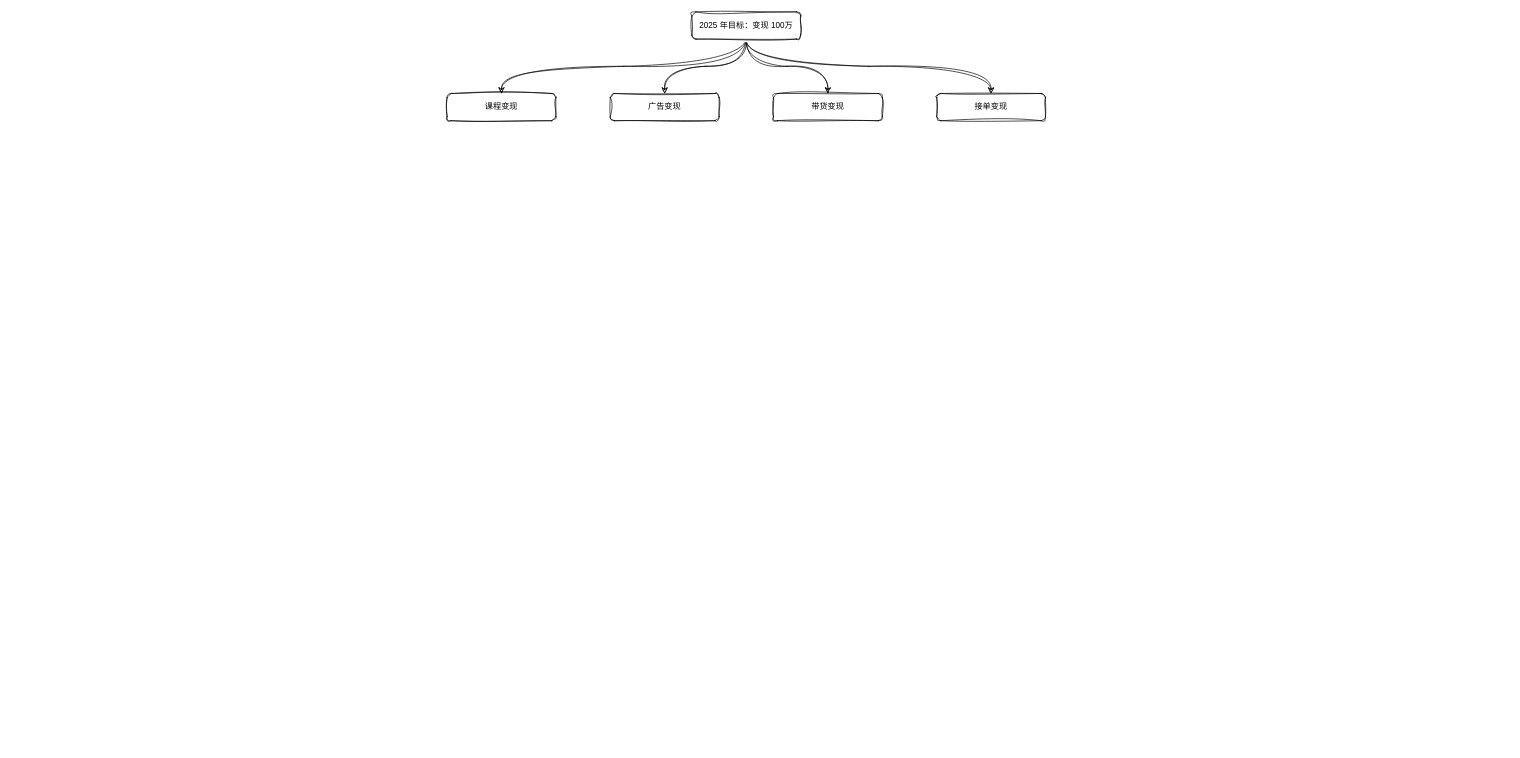
Earlier version of the draw.io diagram 2025 年目标管理.drawio (youyusan/life_system). Source tidied: cells renumbered, new cells numbered last; positions are measured from the earlier drawing's top-left corner, leaving out a move shared by most shapes. Both pictures are drawn from the tidied source at 68%, with x=0, y=0 at pixel (447, 12).
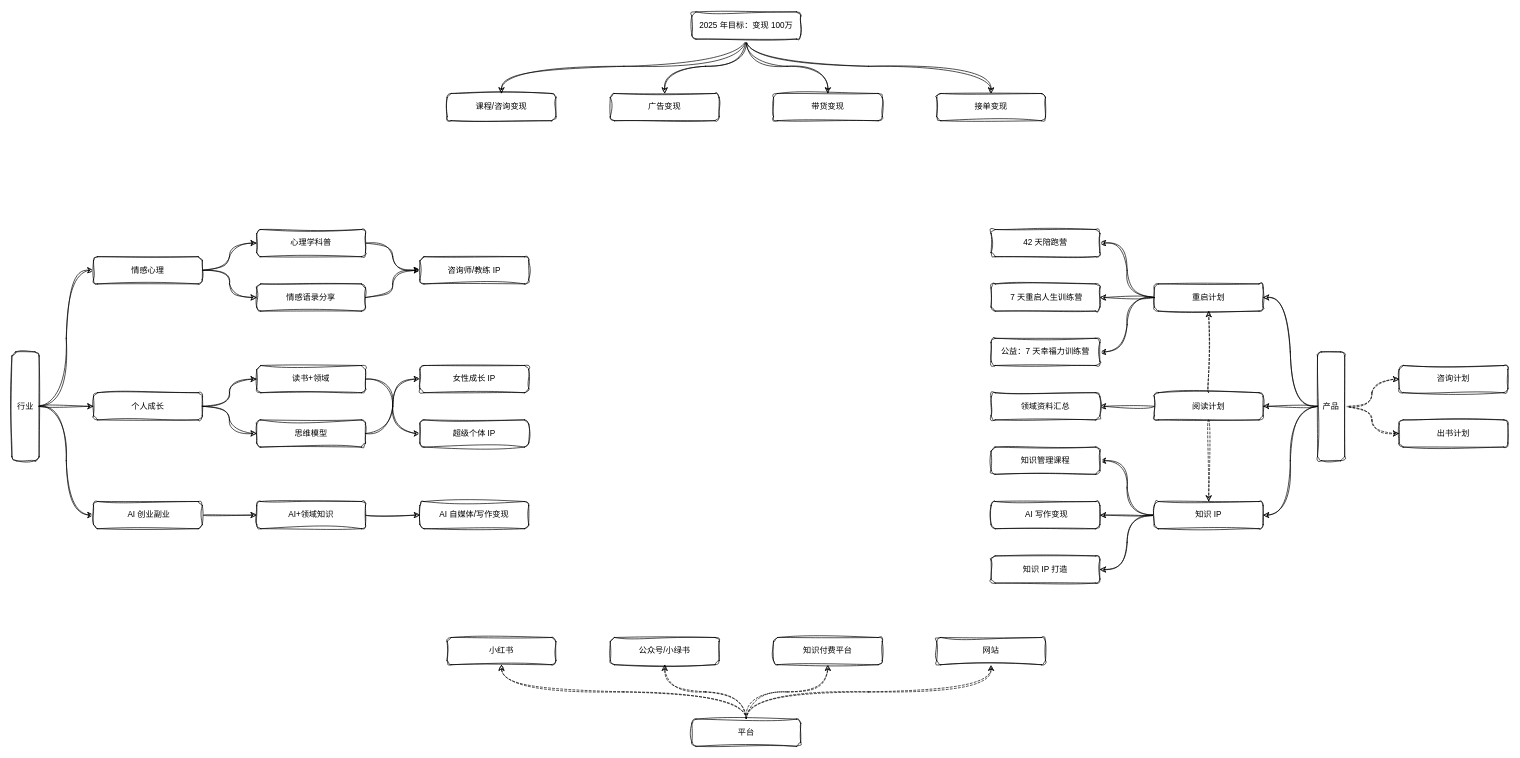
After the change.

Commit message (it also covers changes not shown here):
更新2025 年目标管理.drawio

The edit, as a diff of the source:
```diff
@@
-    <mxCell id="7" value="课程变现" style="rounded=1;whiteSpace=wrap;html=1;sketch=1;curveFitting=1;jiggle=2;" parent="1" vertex="1">
+    <mxCell id="7" value="课程/咨询变现" style="rounded=1;whiteSpace=wrap;html=1;sketch=1;curveFitting=1;jiggle=2;" parent="1" vertex="1">
       <mxGeometry y="120" width="160" height="40" as="geometry" />
     </mxCell>
@@
+    <mxCell id="11" style="edgeStyle=orthogonalEdgeStyle;shape=connector;curved=1;rounded=0;sketch=1;hachureGap=4;jiggle=2;curveFitting=1;jettySize=auto;html=1;entryX=0;entryY=0.5;entryDx=0;entryDy=0;strokeColor=default;align=center;verticalAlign=middle;fontFamily=Architects Daughter;fontSize=11;fontColor=default;labelBackgroundColor=default;endArrow=classic;" parent="1" edge="1" source="14" target="17">
+      <mxGeometry relative="1" as="geometry" />
+    </mxCell>
+    <mxCell id="12" style="edgeStyle=orthogonalEdgeStyle;shape=connector;curved=1;rounded=0;sketch=1;hachureGap=4;jiggle=2;curveFitting=1;jettySize=auto;html=1;strokeColor=default;align=center;verticalAlign=middle;fontFamily=Architects Daughter;fontSize=11;fontColor=default;labelBackgroundColor=default;endArrow=classic;" parent="1" edge="1" source="14" target="20">
+      <mxGeometry relative="1" as="geometry" />
+    </mxCell>
+    <mxCell id="13" style="edgeStyle=orthogonalEdgeStyle;shape=connector;curved=1;rounded=0;sketch=1;hachureGap=4;jiggle=2;curveFitting=1;jettySize=auto;html=1;entryX=0;entryY=0.5;entryDx=0;entryDy=0;strokeColor=default;align=center;verticalAlign=middle;fontFamily=Architects Daughter;fontSize=11;fontColor=default;labelBackgroundColor=default;endArrow=classic;" parent="1" edge="1" source="14" target="22">
+      <mxGeometry relative="1" as="geometry" />
+    </mxCell>
+    <mxCell id="14" value="行业" style="rounded=1;whiteSpace=wrap;html=1;sketch=1;curveFitting=1;jiggle=2;" parent="1" vertex="1">
+      <mxGeometry x="-640" y="500" width="40" height="160" as="geometry" />
+    </mxCell>
+    <mxCell id="15" style="edgeStyle=orthogonalEdgeStyle;shape=connector;curved=1;rounded=0;sketch=1;hachureGap=4;jiggle=2;curveFitting=1;jettySize=auto;html=1;strokeColor=default;align=center;verticalAlign=middle;fontFamily=Architects Daughter;fontSize=11;fontColor=default;labelBackgroundColor=default;endArrow=classic;" parent="1" edge="1" source="17" target="24">
+      <mxGeometry relative="1" as="geometry" />
+    </mxCell>
+    <mxCell id="16" style="edgeStyle=orthogonalEdgeStyle;shape=connector;curved=1;rounded=0;sketch=1;hachureGap=4;jiggle=2;curveFitting=1;jettySize=auto;html=1;entryX=0;entryY=0.5;entryDx=0;entryDy=0;strokeColor=default;align=center;verticalAlign=middle;fontFamily=Architects Daughter;fontSize=11;fontColor=default;labelBackgroundColor=default;endArrow=classic;" parent="1" edge="1" source="17" target="26">
+      <mxGeometry relative="1" as="geometry" />
+    </mxCell>
+    <mxCell id="17" value="情感心理" style="rounded=1;whiteSpace=wrap;html=1;sketch=1;curveFitting=1;jiggle=2;" parent="1" vertex="1">
+      <mxGeometry x="-520" y="360" width="160" height="40" as="geometry" />
+    </mxCell>
+    <mxCell id="18" style="edgeStyle=orthogonalEdgeStyle;shape=connector;curved=1;rounded=0;sketch=1;hachureGap=4;jiggle=2;curveFitting=1;jettySize=auto;html=1;strokeColor=default;align=center;verticalAlign=middle;fontFamily=Architects Daughter;fontSize=11;fontColor=default;labelBackgroundColor=default;endArrow=classic;" parent="1" edge="1" source="20" target="29">
+      <mxGeometry relative="1" as="geometry" />
+    </mxCell>
+    <mxCell id="19" style="edgeStyle=orthogonalEdgeStyle;shape=connector;curved=1;rounded=0;sketch=1;hachureGap=4;jiggle=2;curveFitting=1;jettySize=auto;html=1;entryX=0;entryY=0.5;entryDx=0;entryDy=0;strokeColor=default;align=center;verticalAlign=middle;fontFamily=Architects Daughter;fontSize=11;fontColor=default;labelBackgroundColor=default;endArrow=classic;" parent="1" edge="1" source="20" target="31">
+      <mxGeometry relative="1" as="geometry" />
+    </mxCell>
+    <mxCell id="20" value="个人成长" style="rounded=1;whiteSpace=wrap;html=1;sketch=1;curveFitting=1;jiggle=2;" parent="1" vertex="1">
+      <mxGeometry x="-520" y="560" width="160" height="40" as="geometry" />
+    </mxCell>
+    <mxCell id="21" style="edgeStyle=orthogonalEdgeStyle;shape=connector;curved=1;rounded=0;sketch=1;hachureGap=4;jiggle=2;curveFitting=1;jettySize=auto;html=1;strokeColor=default;align=center;verticalAlign=middle;fontFamily=Architects Daughter;fontSize=11;fontColor=default;labelBackgroundColor=default;endArrow=classic;" parent="1" edge="1" source="22" target="35">
+      <mxGeometry relative="1" as="geometry" />
+    </mxCell>
+    <mxCell id="22" value="&amp;nbsp;AI 创业副业" style="rounded=1;whiteSpace=wrap;html=1;sketch=1;curveFitting=1;jiggle=2;" parent="1" vertex="1">
+      <mxGeometry x="-520" y="720" width="160" height="40" as="geometry" />
+    </mxCell>
+    <mxCell id="23" style="edgeStyle=orthogonalEdgeStyle;shape=connector;curved=1;rounded=0;sketch=1;hachureGap=4;jiggle=2;curveFitting=1;jettySize=auto;html=1;entryX=0;entryY=0.5;entryDx=0;entryDy=0;strokeColor=default;align=center;verticalAlign=middle;fontFamily=Architects Daughter;fontSize=11;fontColor=default;labelBackgroundColor=default;endArrow=classic;" parent="1" edge="1" source="24" target="27">
+      <mxGeometry relative="1" as="geometry" />
+    </mxCell>
+    <mxCell id="24" value="心理学科普" style="rounded=1;whiteSpace=wrap;html=1;sketch=1;curveFitting=1;jiggle=2;" parent="1" vertex="1">
+      <mxGeometry x="-280" y="320" width="160" height="40" as="geometry" />
+    </mxCell>
+    <mxCell id="25" style="edgeStyle=orthogonalEdgeStyle;shape=connector;curved=1;rounded=0;sketch=1;hachureGap=4;jiggle=2;curveFitting=1;jettySize=auto;html=1;entryX=0;entryY=0.5;entryDx=0;entryDy=0;strokeColor=default;align=center;verticalAlign=middle;fontFamily=Architects Daughter;fontSize=11;fontColor=default;labelBackgroundColor=default;endArrow=classic;" parent="1" edge="1" source="26" target="27">
+      <mxGeometry relative="1" as="geometry" />
+    </mxCell>
+    <mxCell id="26" value="情感语录分享" style="rounded=1;whiteSpace=wrap;html=1;sketch=1;curveFitting=1;jiggle=2;" parent="1" vertex="1">
+      <mxGeometry x="-280" y="400" width="160" height="40" as="geometry" />
+    </mxCell>
+    <mxCell id="27" value="咨询师/教练 IP" style="rounded=1;whiteSpace=wrap;html=1;sketch=1;curveFitting=1;jiggle=2;" parent="1" vertex="1">
+      <mxGeometry x="-40" y="360" width="160" height="40" as="geometry" />
+    </mxCell>
+    <mxCell id="28" style="edgeStyle=orthogonalEdgeStyle;shape=connector;curved=1;rounded=0;sketch=1;hachureGap=4;jiggle=2;curveFitting=1;jettySize=auto;html=1;entryX=0;entryY=0.5;entryDx=0;entryDy=0;strokeColor=default;align=center;verticalAlign=middle;fontFamily=Architects Daughter;fontSize=11;fontColor=default;labelBackgroundColor=default;endArrow=classic;" parent="1" edge="1" source="29" target="33">
+      <mxGeometry relative="1" as="geometry" />
+    </mxCell>
+    <mxCell id="29" value="读书+领域" style="rounded=1;whiteSpace=wrap;html=1;sketch=1;curveFitting=1;jiggle=2;" parent="1" vertex="1">
+      <mxGeometry x="-280" y="520" width="160" height="40" as="geometry" />
+    </mxCell>
+    <mxCell id="30" style="edgeStyle=orthogonalEdgeStyle;shape=connector;curved=1;rounded=0;sketch=1;hachureGap=4;jiggle=2;curveFitting=1;jettySize=auto;html=1;entryX=0;entryY=0.5;entryDx=0;entryDy=0;strokeColor=default;align=center;verticalAlign=middle;fontFamily=Architects Daughter;fontSize=11;fontColor=default;labelBackgroundColor=default;endArrow=classic;" parent="1" edge="1" source="31" target="32">
+      <mxGeometry relative="1" as="geometry" />
+    </mxCell>
+    <mxCell id="31" value="思维模型" style="rounded=1;whiteSpace=wrap;html=1;sketch=1;curveFitting=1;jiggle=2;" parent="1" vertex="1">
+      <mxGeometry x="-280" y="600" width="160" height="40" as="geometry" />
+    </mxCell>
+    <mxCell id="32" value="女性成长 IP" style="rounded=1;whiteSpace=wrap;html=1;sketch=1;curveFitting=1;jiggle=2;" parent="1" vertex="1">
+      <mxGeometry x="-40" y="520" width="160" height="40" as="geometry" />
+    </mxCell>
+    <mxCell id="33" value="超级个体 IP" style="rounded=1;whiteSpace=wrap;html=1;sketch=1;curveFitting=1;jiggle=2;" parent="1" vertex="1">
+      <mxGeometry x="-40" y="600" width="160" height="40" as="geometry" />
+    </mxCell>
+    <mxCell id="34" style="edgeStyle=orthogonalEdgeStyle;shape=connector;curved=1;rounded=0;sketch=1;hachureGap=4;jiggle=2;curveFitting=1;jettySize=auto;html=1;strokeColor=default;align=center;verticalAlign=middle;fontFamily=Architects Daughter;fontSize=11;fontColor=default;labelBackgroundColor=default;endArrow=classic;" parent="1" edge="1" source="35" target="36">
+      <mxGeometry relative="1" as="geometry" />
+    </mxCell>
+    <mxCell id="35" value="AI+领域知识" style="rounded=1;whiteSpace=wrap;html=1;sketch=1;curveFitting=1;jiggle=2;" parent="1" vertex="1">
+      <mxGeometry x="-280" y="720" width="160" height="40" as="geometry" />
+    </mxCell>
+    <mxCell id="36" value="AI 自媒体/写作变现" style="rounded=1;whiteSpace=wrap;html=1;sketch=1;curveFitting=1;jiggle=2;" parent="1" vertex="1">
+      <mxGeometry x="-40" y="720" width="160" height="40" as="geometry" />
+    </mxCell>
+    <mxCell id="37" style="edgeStyle=orthogonalEdgeStyle;shape=connector;curved=1;rounded=0;sketch=1;hachureGap=4;jiggle=2;curveFitting=1;jettySize=auto;html=1;entryX=1;entryY=0.5;entryDx=0;entryDy=0;strokeColor=default;align=center;verticalAlign=middle;fontFamily=Architects Daughter;fontSize=11;fontColor=default;labelBackgroundColor=default;endArrow=classic;" parent="1" edge="1" source="42" target="46">
+      <mxGeometry relative="1" as="geometry" />
+    </mxCell>
+    <mxCell id="38" style="edgeStyle=orthogonalEdgeStyle;shape=connector;curved=1;rounded=0;sketch=1;hachureGap=4;jiggle=2;curveFitting=1;jettySize=auto;html=1;strokeColor=default;align=center;verticalAlign=middle;fontFamily=Architects Daughter;fontSize=11;fontColor=default;labelBackgroundColor=default;endArrow=classic;" parent="1" edge="1" source="42" target="50">
+      <mxGeometry relative="1" as="geometry" />
+    </mxCell>
+    <mxCell id="39" style="edgeStyle=orthogonalEdgeStyle;shape=connector;curved=1;rounded=0;sketch=1;hachureGap=4;jiggle=2;curveFitting=1;jettySize=auto;html=1;entryX=1;entryY=0.5;entryDx=0;entryDy=0;strokeColor=default;align=center;verticalAlign=middle;fontFamily=Architects Daughter;fontSize=11;fontColor=default;labelBackgroundColor=default;endArrow=classic;" parent="1" edge="1" source="42" target="54">
+      <mxGeometry relative="1" as="geometry" />
+    </mxCell>
+    <mxCell id="40" style="edgeStyle=orthogonalEdgeStyle;shape=connector;curved=1;rounded=0;sketch=1;hachureGap=4;jiggle=2;curveFitting=1;jettySize=auto;html=1;dashed=1;strokeColor=default;align=center;verticalAlign=middle;fontFamily=Architects Daughter;fontSize=11;fontColor=default;labelBackgroundColor=default;endArrow=classic;" parent="1" edge="1" source="42" target="71">
+      <mxGeometry relative="1" as="geometry" />
+    </mxCell>
+    <mxCell id="41" style="edgeStyle=orthogonalEdgeStyle;shape=connector;curved=1;rounded=0;sketch=1;hachureGap=4;jiggle=2;curveFitting=1;jettySize=auto;html=1;entryX=0;entryY=0.5;entryDx=0;entryDy=0;dashed=1;strokeColor=default;align=center;verticalAlign=middle;fontFamily=Architects Daughter;fontSize=11;fontColor=default;labelBackgroundColor=default;endArrow=classic;" parent="1" edge="1" source="42" target="72">
+      <mxGeometry relative="1" as="geometry" />
+    </mxCell>
+    <mxCell id="42" value="产品" style="rounded=1;whiteSpace=wrap;html=1;sketch=1;curveFitting=1;jiggle=2;" parent="1" vertex="1">
+      <mxGeometry x="1280" y="500" width="40" height="160" as="geometry" />
+    </mxCell>
+    <mxCell id="43" style="edgeStyle=orthogonalEdgeStyle;shape=connector;curved=1;rounded=0;sketch=1;hachureGap=4;jiggle=2;curveFitting=1;jettySize=auto;html=1;entryX=1;entryY=0.5;entryDx=0;entryDy=0;strokeColor=default;align=center;verticalAlign=middle;fontFamily=Architects Daughter;fontSize=11;fontColor=default;labelBackgroundColor=default;endArrow=classic;" parent="1" edge="1" source="46" target="55">
+      <mxGeometry relative="1" as="geometry" />
+    </mxCell>
+    <mxCell id="44" style="edgeStyle=orthogonalEdgeStyle;shape=connector;curved=1;rounded=0;sketch=1;hachureGap=4;jiggle=2;curveFitting=1;jettySize=auto;html=1;strokeColor=default;align=center;verticalAlign=middle;fontFamily=Architects Daughter;fontSize=11;fontColor=default;labelBackgroundColor=default;endArrow=classic;" parent="1" edge="1" source="46" target="57">
+      <mxGeometry relative="1" as="geometry" />
+    </mxCell>
+    <mxCell id="45" style="edgeStyle=orthogonalEdgeStyle;shape=connector;curved=1;rounded=0;sketch=1;hachureGap=4;jiggle=2;curveFitting=1;jettySize=auto;html=1;entryX=1;entryY=0.5;entryDx=0;entryDy=0;strokeColor=default;align=center;verticalAlign=middle;fontFamily=Architects Daughter;fontSize=11;fontColor=default;labelBackgroundColor=default;endArrow=classic;" parent="1" edge="1" source="46" target="56">
+      <mxGeometry relative="1" as="geometry" />
+    </mxCell>
+    <mxCell id="46" value="重启计划" style="rounded=1;whiteSpace=wrap;html=1;sketch=1;curveFitting=1;jiggle=2;" parent="1" vertex="1">
+      <mxGeometry x="1040" y="400" width="160" height="40" as="geometry" />
+    </mxCell>
+    <mxCell id="47" style="edgeStyle=orthogonalEdgeStyle;shape=connector;curved=1;rounded=0;sketch=1;hachureGap=4;jiggle=2;curveFitting=1;jettySize=auto;html=1;strokeColor=default;align=center;verticalAlign=middle;fontFamily=Architects Daughter;fontSize=11;fontColor=default;labelBackgroundColor=default;endArrow=classic;" parent="1" edge="1" source="50" target="58">
+      <mxGeometry relative="1" as="geometry" />
+    </mxCell>
+    <mxCell id="48" style="edgeStyle=orthogonalEdgeStyle;shape=connector;curved=1;rounded=0;sketch=1;hachureGap=4;jiggle=2;curveFitting=1;jettySize=auto;html=1;entryX=0.5;entryY=1;entryDx=0;entryDy=0;dashed=1;strokeColor=default;align=center;verticalAlign=middle;fontFamily=Architects Daughter;fontSize=11;fontColor=default;labelBackgroundColor=default;endArrow=classic;" parent="1" edge="1" source="50" target="46">
+      <mxGeometry relative="1" as="geometry" />
+    </mxCell>
+    <mxCell id="49" style="edgeStyle=orthogonalEdgeStyle;shape=connector;curved=1;rounded=0;sketch=1;hachureGap=4;jiggle=2;curveFitting=1;jettySize=auto;html=1;entryX=0.5;entryY=0;entryDx=0;entryDy=0;dashed=1;strokeColor=default;align=center;verticalAlign=middle;fontFamily=Architects Daughter;fontSize=11;fontColor=default;labelBackgroundColor=default;endArrow=classic;" parent="1" edge="1" source="50" target="54">
+      <mxGeometry relative="1" as="geometry" />
+    </mxCell>
+    <mxCell id="50" value="阅读计划" style="rounded=1;whiteSpace=wrap;html=1;sketch=1;curveFitting=1;jiggle=2;" parent="1" vertex="1">
+      <mxGeometry x="1040" y="560" width="160" height="40" as="geometry" />
+    </mxCell>
+    <mxCell id="51" style="edgeStyle=orthogonalEdgeStyle;shape=connector;curved=1;rounded=0;sketch=1;hachureGap=4;jiggle=2;curveFitting=1;jettySize=auto;html=1;entryX=1;entryY=0.5;entryDx=0;entryDy=0;strokeColor=default;align=center;verticalAlign=middle;fontFamily=Architects Daughter;fontSize=11;fontColor=default;labelBackgroundColor=default;endArrow=classic;" parent="1" edge="1" source="54" target="60">
+      <mxGeometry relative="1" as="geometry" />
+    </mxCell>
+    <mxCell id="52" style="edgeStyle=orthogonalEdgeStyle;shape=connector;curved=1;rounded=0;sketch=1;hachureGap=4;jiggle=2;curveFitting=1;jettySize=auto;html=1;strokeColor=default;align=center;verticalAlign=middle;fontFamily=Architects Daughter;fontSize=11;fontColor=default;labelBackgroundColor=default;endArrow=classic;" parent="1" edge="1" source="54" target="59">
+      <mxGeometry relative="1" as="geometry" />
+    </mxCell>
+    <mxCell id="53" style="edgeStyle=orthogonalEdgeStyle;shape=connector;curved=1;rounded=0;sketch=1;hachureGap=4;jiggle=2;curveFitting=1;jettySize=auto;html=1;entryX=1;entryY=0.5;entryDx=0;entryDy=0;strokeColor=default;align=center;verticalAlign=middle;fontFamily=Architects Daughter;fontSize=11;fontColor=default;labelBackgroundColor=default;endArrow=classic;" parent="1" edge="1" source="54" target="61">
+      <mxGeometry relative="1" as="geometry" />
+    </mxCell>
+    <mxCell id="54" value="知识 IP" style="rounded=1;whiteSpace=wrap;html=1;sketch=1;curveFitting=1;jiggle=2;" parent="1" vertex="1">
+      <mxGeometry x="1040" y="720" width="160" height="40" as="geometry" />
+    </mxCell>
+    <mxCell id="55" value="42 天陪跑营" style="rounded=1;whiteSpace=wrap;html=1;sketch=1;curveFitting=1;jiggle=2;" parent="1" vertex="1">
+      <mxGeometry x="800" y="320" width="160" height="40" as="geometry" />
+    </mxCell>
+    <mxCell id="56" value="公益：7 天幸福力训练营" style="rounded=1;whiteSpace=wrap;html=1;sketch=1;curveFitting=1;jiggle=2;" parent="1" vertex="1">
+      <mxGeometry x="800" y="480" width="160" height="40" as="geometry" />
+    </mxCell>
+    <mxCell id="57" value="&amp;nbsp;7 天重启人生训练营" style="rounded=1;whiteSpace=wrap;html=1;sketch=1;curveFitting=1;jiggle=2;" parent="1" vertex="1">
+      <mxGeometry x="800" y="400" width="160" height="40" as="geometry" />
+    </mxCell>
+    <mxCell id="58" value="领域资料汇总" style="rounded=1;whiteSpace=wrap;html=1;sketch=1;curveFitting=1;jiggle=2;" parent="1" vertex="1">
+      <mxGeometry x="800" y="560" width="160" height="40" as="geometry" />
+    </mxCell>
+    <mxCell id="59" value="&amp;nbsp;AI 写作变现" style="rounded=1;whiteSpace=wrap;html=1;sketch=1;curveFitting=1;jiggle=2;" parent="1" vertex="1">
+      <mxGeometry x="800" y="720" width="160" height="40" as="geometry" />
+    </mxCell>
+    <mxCell id="60" value="知识管理课程" style="rounded=1;whiteSpace=wrap;html=1;sketch=1;curveFitting=1;jiggle=2;" parent="1" vertex="1">
+      <mxGeometry x="800" y="640" width="160" height="40" as="geometry" />
+    </mxCell>
+    <mxCell id="61" value="知识 IP 打造" style="rounded=1;whiteSpace=wrap;html=1;sketch=1;curveFitting=1;jiggle=2;" parent="1" vertex="1">
+      <mxGeometry x="800" y="800" width="160" height="40" as="geometry" />
+    </mxCell>
+    <mxCell id="62" style="edgeStyle=orthogonalEdgeStyle;shape=connector;curved=1;rounded=0;sketch=1;hachureGap=4;jiggle=2;curveFitting=1;jettySize=auto;html=1;entryX=0.5;entryY=1;entryDx=0;entryDy=0;dashed=1;strokeColor=default;align=center;verticalAlign=middle;fontFamily=Architects Daughter;fontSize=11;fontColor=default;labelBackgroundColor=default;endArrow=classic;exitX=0.5;exitY=0;exitDx=0;exitDy=0;" parent="1" edge="1" source="66" target="67">
+      <mxGeometry relative="1" as="geometry" />
+    </mxCell>
+    <mxCell id="63" style="edgeStyle=orthogonalEdgeStyle;shape=connector;curved=1;rounded=0;sketch=1;hachureGap=4;jiggle=2;curveFitting=1;jettySize=auto;html=1;entryX=0.5;entryY=1;entryDx=0;entryDy=0;dashed=1;strokeColor=default;align=center;verticalAlign=middle;fontFamily=Architects Daughter;fontSize=11;fontColor=default;labelBackgroundColor=default;endArrow=classic;" parent="1" edge="1" source="66" target="68">
+      <mxGeometry relative="1" as="geometry" />
+    </mxCell>
+    <mxCell id="64" style="edgeStyle=orthogonalEdgeStyle;shape=connector;curved=1;rounded=0;sketch=1;hachureGap=4;jiggle=2;curveFitting=1;jettySize=auto;html=1;entryX=0.5;entryY=1;entryDx=0;entryDy=0;dashed=1;strokeColor=default;align=center;verticalAlign=middle;fontFamily=Architects Daughter;fontSize=11;fontColor=default;labelBackgroundColor=default;endArrow=classic;" parent="1" edge="1" source="66" target="69">
+      <mxGeometry relative="1" as="geometry" />
+    </mxCell>
+    <mxCell id="65" style="edgeStyle=orthogonalEdgeStyle;shape=connector;curved=1;rounded=0;sketch=1;hachureGap=4;jiggle=2;curveFitting=1;jettySize=auto;html=1;dashed=1;strokeColor=default;align=center;verticalAlign=middle;fontFamily=Architects Daughter;fontSize=11;fontColor=default;labelBackgroundColor=default;endArrow=classic;exitX=0.5;exitY=0;exitDx=0;exitDy=0;" parent="1" edge="1" source="66" target="70">
+      <mxGeometry relative="1" as="geometry" />
+    </mxCell>
+    <mxCell id="66" value="平台" style="rounded=1;whiteSpace=wrap;html=1;sketch=1;curveFitting=1;jiggle=2;" parent="1" vertex="1">
+      <mxGeometry x="360" y="1040" width="160" height="40" as="geometry" />
+    </mxCell>
+    <mxCell id="67" value="小红书" style="rounded=1;whiteSpace=wrap;html=1;sketch=1;curveFitting=1;jiggle=2;" parent="1" vertex="1">
+      <mxGeometry y="920" width="160" height="40" as="geometry" />
+    </mxCell>
+    <mxCell id="68" value="公众号/小绿书" style="rounded=1;whiteSpace=wrap;html=1;sketch=1;curveFitting=1;jiggle=2;" parent="1" vertex="1">
+      <mxGeometry x="240" y="920" width="160" height="40" as="geometry" />
+    </mxCell>
+    <mxCell id="69" value="知识付费平台" style="rounded=1;whiteSpace=wrap;html=1;sketch=1;curveFitting=1;jiggle=2;" parent="1" vertex="1">
+      <mxGeometry x="480" y="920" width="160" height="40" as="geometry" />
+    </mxCell>
+    <mxCell id="70" value="网站" style="rounded=1;whiteSpace=wrap;html=1;sketch=1;curveFitting=1;jiggle=2;" parent="1" vertex="1">
+      <mxGeometry x="720" y="920" width="160" height="40" as="geometry" />
+    </mxCell>
+    <mxCell id="71" value="出书计划" style="rounded=1;whiteSpace=wrap;html=1;sketch=1;curveFitting=1;jiggle=2;" parent="1" vertex="1">
+      <mxGeometry x="1400" y="600" width="160" height="40" as="geometry" />
+    </mxCell>
+    <mxCell id="72" value="咨询计划" style="rounded=1;whiteSpace=wrap;html=1;sketch=1;curveFitting=1;jiggle=2;" parent="1" vertex="1">
+      <mxGeometry x="1400" y="520" width="160" height="40" as="geometry" />
+    </mxCell>
```
